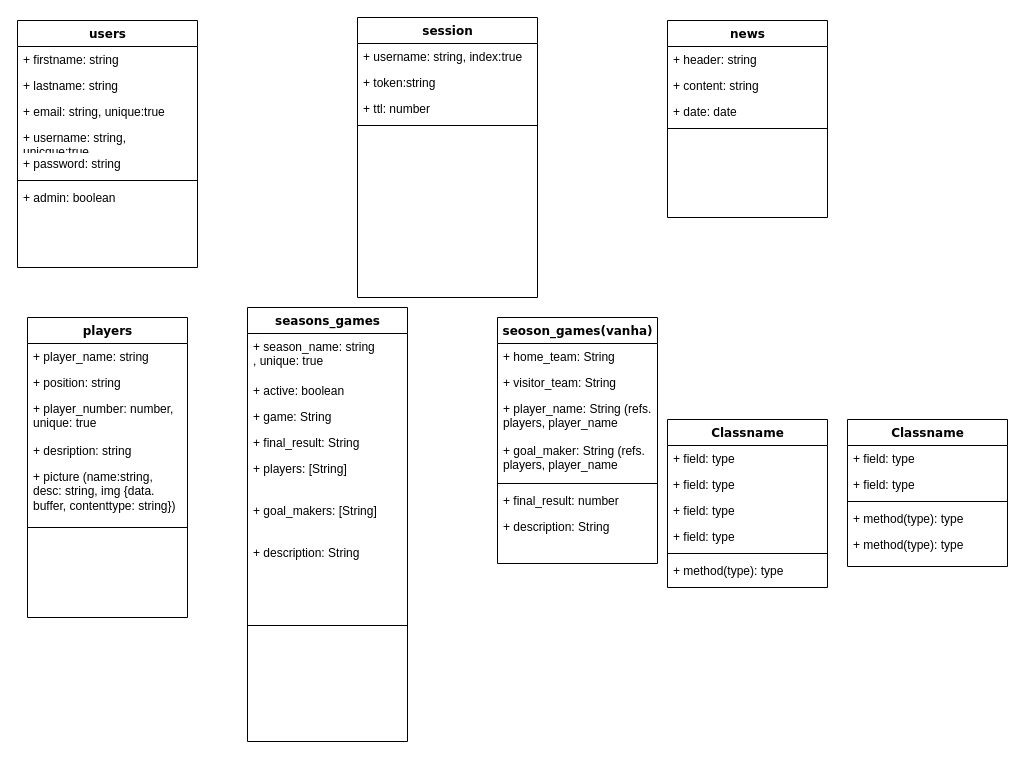
The draw.io diagram models.drawio in blackunicorn89/football_backend, before the edit. Source tidied: cells renumbered, new cells numbered last; positions are measured from the earlier drawing's top-left corner, leaving out a move shared by most shapes. Both pictures are drawn from the tidied source at 100%, with x=0, y=0 at pixel (17, 17).
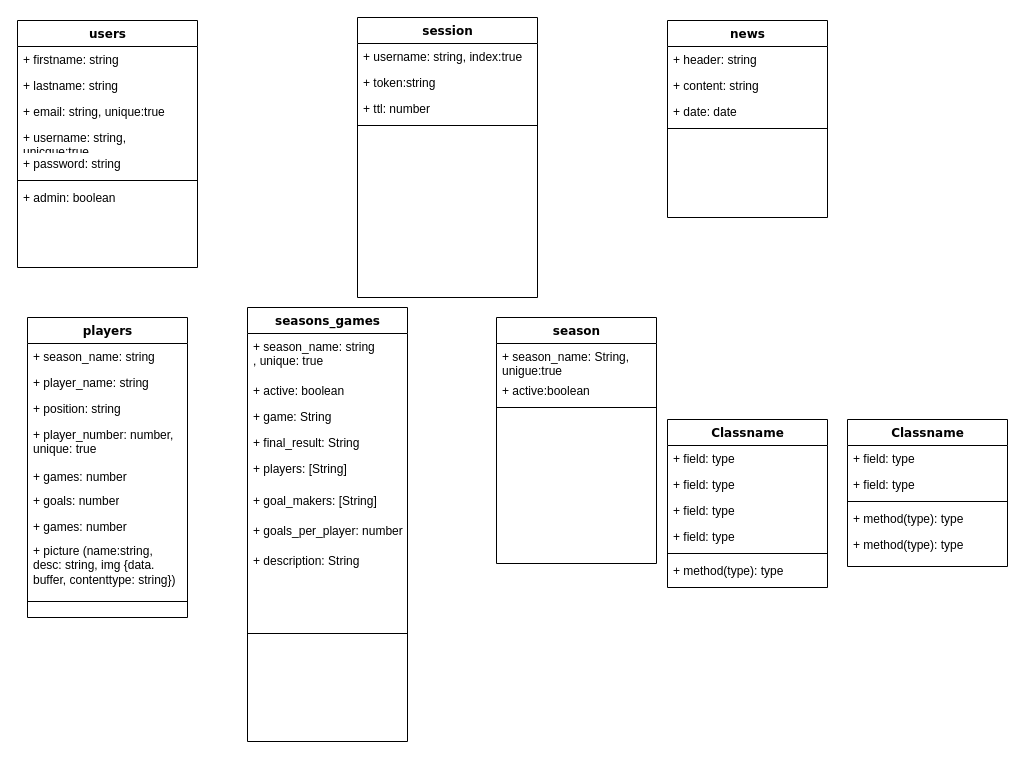
The same page after the edit.

Commit message:
taulujen uudelleen suunnittelua.

Unchanged cells that the change refers to:
```xml
<mxCell id="20" value="players" style="swimlane;html=1;fontStyle=1;align=center;verticalAlign=top;horizontal=1;startSize=26;swimlaneFillColor=#ffffff;rounded=0;shadow=0;comic=0;labelBackgroundColor=none;strokeWidth=1;fillColor=none;fontFamily=Verdana;fontSize=12;" parent="1" vertex="1">
  <mxGeometry x="10" y="300" width="160" height="300" as="geometry" />
</mxCell>
<mxCell id="27" value="&lt;div&gt;seasons_games&lt;/div&gt;&lt;div&gt;&lt;br&gt;&lt;/div&gt;" style="swimlane;html=1;fontStyle=1;align=center;verticalAlign=top;horizontal=1;startSize=26;swimlaneFillColor=#ffffff;rounded=0;shadow=0;comic=0;labelBackgroundColor=none;strokeWidth=1;fillColor=none;fontFamily=Verdana;fontSize=12;" parent="1" vertex="1">
  <mxGeometry x="230" y="290" width="160" height="434" as="geometry" />
</mxCell>
```

What changed in the source:
```diff
@@
+    <mxCell id="57" value="+ season_name: string" style="text;html=1;strokeColor=none;fillColor=none;align=left;verticalAlign=top;spacingLeft=4;spacingRight=4;whiteSpace=wrap;overflow=hidden;" parent="20" vertex="1">
+      <mxGeometry y="26" width="160" height="26" as="geometry" />
+    </mxCell>
     <mxCell id="21" value="+ player_name: string" style="text;html=1;strokeColor=none;fillColor=none;align=left;verticalAlign=top;spacingLeft=4;spacingRight=4;whiteSpace=wrap;overflow=hidden;" parent="20" vertex="1">
-      <mxGeometry y="26" width="160" height="26" as="geometry" />
+      <mxGeometry y="52" width="160" height="26" as="geometry" />
     </mxCell>
     <mxCell id="22" value="+ position: string" style="text;html=1;strokeColor=none;fillColor=none;align=left;verticalAlign=top;spacingLeft=4;spacingRight=4;whiteSpace=wrap;overflow=hidden;" parent="20" vertex="1">
-      <mxGeometry y="52" width="160" height="26" as="geometry" />
+      <mxGeometry y="78" width="160" height="26" as="geometry" />
     </mxCell>
     <mxCell id="23" value="+ player_number: number, unique: true" style="text;html=1;strokeColor=none;fillColor=none;align=left;verticalAlign=top;spacingLeft=4;spacingRight=4;whiteSpace=wrap;overflow=hidden;" parent="20" vertex="1">
-      <mxGeometry y="78" width="160" height="42" as="geometry" />
+      <mxGeometry y="104" width="160" height="42" as="geometry" />
     </mxCell>
+    <mxCell id="58" value="+ games: number" style="text;html=1;strokeColor=none;fillColor=none;align=left;verticalAlign=top;spacingLeft=4;spacingRight=4;whiteSpace=wrap;overflow=hidden;" parent="20" vertex="1">
+      <mxGeometry y="146" width="160" height="24" as="geometry" />
+    </mxCell>
-    <mxCell id="24" value="+ desription: string" style="text;html=1;strokeColor=none;fillColor=none;align=left;verticalAlign=top;spacingLeft=4;spacingRight=4;whiteSpace=wrap;overflow=hidden;" parent="20" vertex="1">
-      <mxGeometry y="120" width="160" height="26" as="geometry" />
+    <mxCell id="24" value="+ goals: number" style="text;html=1;strokeColor=none;fillColor=none;align=left;verticalAlign=top;spacingLeft=4;spacingRight=4;whiteSpace=wrap;overflow=hidden;" parent="20" vertex="1">
+      <mxGeometry y="170" width="160" height="26" as="geometry" />
     </mxCell>
+    <mxCell id="59" value="+ games: number" style="text;html=1;strokeColor=none;fillColor=none;align=left;verticalAlign=top;spacingLeft=4;spacingRight=4;whiteSpace=wrap;overflow=hidden;" parent="20" vertex="1">
+      <mxGeometry y="196" width="160" height="24" as="geometry" />
+    </mxCell>
     <mxCell id="25" value="+ picture (name:string, desc: string, img {data. buffer, contenttype: string})" style="text;html=1;strokeColor=none;fillColor=none;align=left;verticalAlign=top;spacingLeft=4;spacingRight=4;whiteSpace=wrap;overflow=hidden;" parent="20" vertex="1">
-      <mxGeometry y="146" width="160" height="60" as="geometry" />
+      <mxGeometry y="220" width="160" height="60" as="geometry" />
     </mxCell>
     <mxCell id="26" style="line;html=1;strokeWidth=1;fillColor=none;align=left;verticalAlign=middle;spacingTop=-1;spacingLeft=3;spacingRight=3;labelPosition=right;" parent="20" vertex="1">
-      <mxGeometry y="206" width="160" height="8" as="geometry" />
+      <mxGeometry y="280" width="160" height="8" as="geometry" />
     </mxCell>
@@
-    <mxCell id="30" value="+ game: String" style="text;html=1;strokeColor=none;fillColor=none;align=left;verticalAlign=top;spacingLeft=4;spacingRight=4;whiteSpace=wrap;overflow=hidden;" parent="27" vertex="1">
+    <mxCell id="30" value="&lt;div&gt;+ game: String&lt;/div&gt;&lt;div&gt;&lt;br&gt;&lt;/div&gt;" style="text;html=1;strokeColor=none;fillColor=none;align=left;verticalAlign=top;spacingLeft=4;spacingRight=4;whiteSpace=wrap;overflow=hidden;" parent="27" vertex="1">
       <mxGeometry y="96" width="160" height="26" as="geometry" />
     </mxCell>
@@
     <mxCell id="32" value="+ players: [String]" style="text;html=1;strokeColor=none;fillColor=none;align=left;verticalAlign=top;spacingLeft=4;spacingRight=4;whiteSpace=wrap;overflow=hidden;" parent="27" vertex="1">
-      <mxGeometry y="148" width="160" height="42" as="geometry" />
+      <mxGeometry y="148" width="160" height="32" as="geometry" />
     </mxCell>
     <mxCell id="33" value="+ goal_makers: [String]" style="text;html=1;strokeColor=none;fillColor=none;align=left;verticalAlign=top;spacingLeft=4;spacingRight=4;whiteSpace=wrap;overflow=hidden;" parent="27" vertex="1">
-      <mxGeometry y="190" width="160" height="42" as="geometry" />
+      <mxGeometry y="180" width="160" height="30" as="geometry" />
     </mxCell>
+    <mxCell id="60" value="+ goals_per_player: number" style="text;html=1;strokeColor=none;fillColor=none;align=left;verticalAlign=top;spacingLeft=4;spacingRight=4;whiteSpace=wrap;overflow=hidden;" parent="27" vertex="1">
+      <mxGeometry y="210" width="160" height="30" as="geometry" />
+    </mxCell>
     <mxCell id="34" value="+ description: String" style="text;html=1;strokeColor=none;fillColor=none;align=left;verticalAlign=top;spacingLeft=4;spacingRight=4;whiteSpace=wrap;overflow=hidden;" parent="27" vertex="1">
-      <mxGeometry y="232" width="160" height="26" as="geometry" />
+      <mxGeometry y="240" width="160" height="26" as="geometry" />
     </mxCell>
     <mxCell id="35" style="line;html=1;strokeWidth=1;fillColor=none;align=left;verticalAlign=middle;spacingTop=-1;spacingLeft=3;spacingRight=3;labelPosition=right;" parent="27" vertex="1">
-      <mxGeometry y="258" width="160" height="120" as="geometry" />
+      <mxGeometry y="266" width="160" height="120" as="geometry" />
     </mxCell>
-    <mxCell id="36" value="seoson_games(vanha)" style="swimlane;html=1;fontStyle=1;align=center;verticalAlign=top;horizontal=1;startSize=26;swimlaneFillColor=#ffffff;rounded=0;shadow=0;comic=0;labelBackgroundColor=none;strokeWidth=1;fillColor=none;fontFamily=Verdana;fontSize=12;" parent="1" vertex="1">
-      <mxGeometry x="480" y="300" width="160" height="246" as="geometry" />
+    <mxCell id="36" value="season" style="swimlane;html=1;fontStyle=1;align=center;verticalAlign=top;horizontal=1;startSize=26;swimlaneFillColor=#ffffff;rounded=0;shadow=0;comic=0;labelBackgroundColor=none;strokeWidth=1;fillColor=none;fontFamily=Verdana;fontSize=12;" parent="1" vertex="1">
+      <mxGeometry x="479" y="300" width="160" height="246" as="geometry" />
     </mxCell>
-    <mxCell id="37" value="+ home_team: String" style="text;html=1;strokeColor=none;fillColor=none;align=left;verticalAlign=top;spacingLeft=4;spacingRight=4;whiteSpace=wrap;overflow=hidden;" parent="36" vertex="1">
-      <mxGeometry y="26" width="160" height="26" as="geometry" />
+    <mxCell id="37" value="+ season_name: String, unigue:true" style="text;html=1;strokeColor=none;fillColor=none;align=left;verticalAlign=top;spacingLeft=4;spacingRight=4;whiteSpace=wrap;overflow=hidden;" parent="36" vertex="1">
+      <mxGeometry y="26" width="160" height="34" as="geometry" />
     </mxCell>
-    <mxCell id="38" value="+ visitor_team: String" style="text;html=1;strokeColor=none;fillColor=none;align=left;verticalAlign=top;spacingLeft=4;spacingRight=4;whiteSpace=wrap;overflow=hidden;" parent="36" vertex="1">
-      <mxGeometry y="52" width="160" height="26" as="geometry" />
+    <mxCell id="38" value="+ active:boolean" style="text;html=1;strokeColor=none;fillColor=none;align=left;verticalAlign=top;spacingLeft=4;spacingRight=4;whiteSpace=wrap;overflow=hidden;" parent="36" vertex="1">
+      <mxGeometry y="60" width="160" height="26" as="geometry" />
     </mxCell>
-    <mxCell id="39" value="+ player_name: String (refs. players, player_name" style="text;html=1;strokeColor=none;fillColor=none;align=left;verticalAlign=top;spacingLeft=4;spacingRight=4;whiteSpace=wrap;overflow=hidden;" parent="36" vertex="1">
-      <mxGeometry y="78" width="160" height="42" as="geometry" />
-    </mxCell>
-    <mxCell id="40" value="+ goal_maker: String (refs. players, player_name" style="text;html=1;strokeColor=none;fillColor=none;align=left;verticalAlign=top;spacingLeft=4;spacingRight=4;whiteSpace=wrap;overflow=hidden;" parent="36" vertex="1">
-      <mxGeometry y="120" width="160" height="42" as="geometry" />
-    </mxCell>
     <mxCell id="41" style="line;html=1;strokeWidth=1;fillColor=none;align=left;verticalAlign=middle;spacingTop=-1;spacingLeft=3;spacingRight=3;labelPosition=right;" parent="36" vertex="1">
-      <mxGeometry y="162" width="160" height="8" as="geometry" />
+      <mxGeometry y="86" width="160" height="8" as="geometry" />
     </mxCell>
-    <mxCell id="42" value="+ final_result: number" style="text;html=1;strokeColor=none;fillColor=none;align=left;verticalAlign=top;spacingLeft=4;spacingRight=4;whiteSpace=wrap;overflow=hidden;" parent="36" vertex="1">
-      <mxGeometry y="170" width="160" height="26" as="geometry" />
-    </mxCell>
-    <mxCell id="43" value="+ description: String" style="text;html=1;strokeColor=none;fillColor=none;align=left;verticalAlign=top;spacingLeft=4;spacingRight=4;whiteSpace=wrap;overflow=hidden;" parent="36" vertex="1">
-      <mxGeometry y="196" width="160" height="26" as="geometry" />
-    </mxCell>
```
